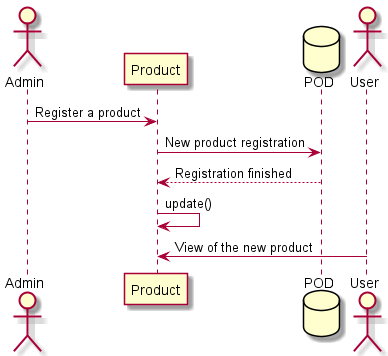
This is docs/images/06_registrationProduct_runtime_view.png from Arquisoft/dede_es6c, a PlantUML export, as it was before one commit. Its diagram source:
```plantuml
@startuml registrationProduct
actor Admin
participant Product
database POD
actor User
Admin -> Product : Register a product
Product -> POD : New product registration
POD --> Product : Registration finished
Product -> Product : update()
User -> Product : View of the new product
@enduml
```
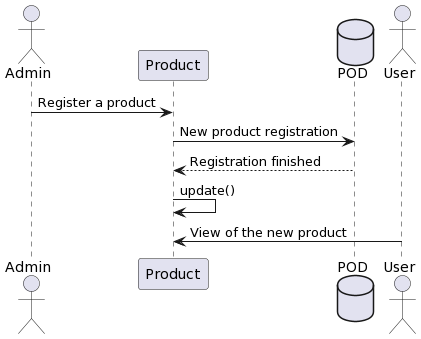
After the change.

Diff of the diagram source:
```diff
@@ -1,11 +1,10 @@
-@startuml registrationProduct
+@startuml
 actor Admin
-participant Product
+Admin -> Product: Register a product
 database POD
+Product -> POD : New product registration
+POD --> Product: Registration finished
+Product-> Product: update()
 actor User
-Admin -> Product : Register a product
-Product -> POD : New product registration
-POD --> Product : Registration finished
-Product -> Product : update()
 User -> Product : View of the new product
 @enduml
```
